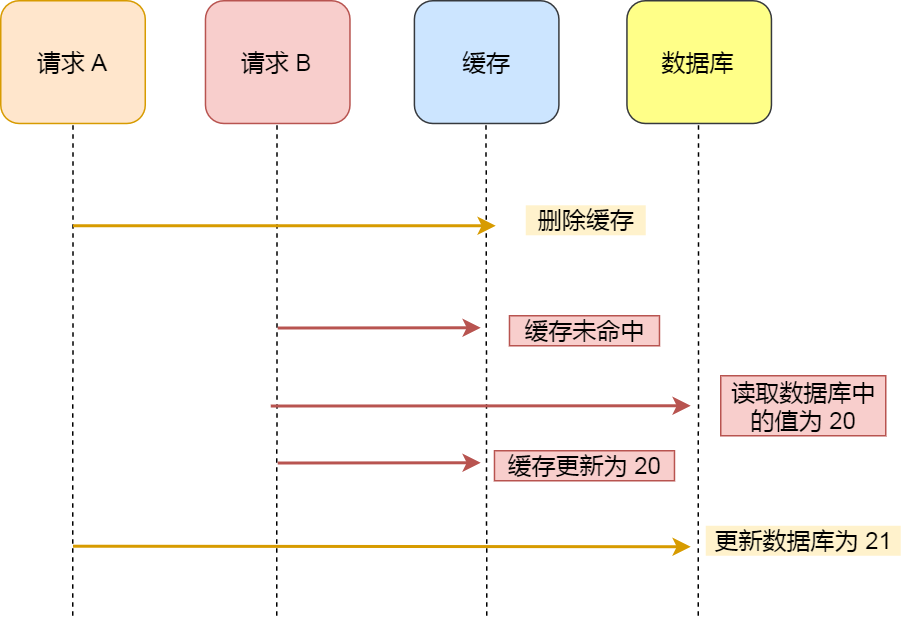
The draw.io diagram redis/缓存/删缓更库.drawio.png in xiaolincoder/ImageHost4, before a commit. Source tidied: cells renumbered, new cells last; positions are measured from the earlier drawing's top-left corner, leaving out a move shared by most shapes. Source of this version:
```xml
<mxGraphModel>
  <root>
    <mxCell id="0" />
    <mxCell id="1" parent="0" />
    <mxCell id="2" value="请求 A" style="rounded=1;whiteSpace=wrap;html=1;fontSize=16;fillColor=#ffe6cc;strokeColor=#d79b00;" parent="1" vertex="1">
      <mxGeometry width="96.3" height="81.8" as="geometry" />
    </mxCell>
    <mxCell id="3" value="请求 B" style="rounded=1;whiteSpace=wrap;html=1;fontSize=16;fillColor=#f8cecc;strokeColor=#b85450;" parent="1" vertex="1">
      <mxGeometry x="136.5" width="96.3" height="81.8" as="geometry" />
    </mxCell>
    <mxCell id="4" value="缓存" style="rounded=1;whiteSpace=wrap;html=1;fontSize=16;fillColor=#cce5ff;strokeColor=#36393d;" parent="1" vertex="1">
      <mxGeometry x="275.8" width="96.3" height="81.8" as="geometry" />
    </mxCell>
    <mxCell id="5" value="数据库" style="rounded=1;whiteSpace=wrap;html=1;fontSize=16;fillColor=#ffff88;strokeColor=#36393d;" parent="1" vertex="1">
      <mxGeometry x="417.5" width="96.3" height="81.8" as="geometry" />
    </mxCell>
    <mxCell id="6" style="endArrow=none;html=1;fontSize=16;entryX=0.5;entryY=1;entryDx=0;entryDy=0;dashed=1;" parent="1" edge="1" target="2">
      <mxGeometry x="70" y="150" as="geometry">
        <mxPoint x="48" y="410" as="sourcePoint" />
      </mxGeometry>
    </mxCell>
    <mxCell id="7" style="endArrow=none;html=1;fontSize=16;entryX=0.5;entryY=1;entryDx=0;entryDy=0;dashed=1;" parent="1" edge="1">
      <mxGeometry x="70" y="150" as="geometry">
        <mxPoint x="184" y="410" as="sourcePoint" />
        <mxPoint x="184.2" y="81.8" as="targetPoint" />
      </mxGeometry>
    </mxCell>
    <mxCell id="8" style="endArrow=none;html=1;fontSize=16;entryX=0.5;entryY=1;entryDx=0;entryDy=0;dashed=1;" parent="1" edge="1">
      <mxGeometry x="70" y="150" as="geometry">
        <mxPoint x="324" y="410" as="sourcePoint" />
        <mxPoint x="323.5" y="81.8" as="targetPoint" />
      </mxGeometry>
    </mxCell>
    <mxCell id="9" style="endArrow=none;html=1;fontSize=16;entryX=0.5;entryY=1;entryDx=0;entryDy=0;dashed=1;" parent="1" edge="1">
      <mxGeometry x="70" y="150" as="geometry">
        <mxPoint x="465" y="410" as="sourcePoint" />
        <mxPoint x="465.2" y="81.8" as="targetPoint" />
      </mxGeometry>
    </mxCell>
    <mxCell id="10" style="endArrow=classic;html=1;fontSize=16;fillColor=#ffcd28;strokeColor=#d79b00;gradientColor=#ffa500;strokeWidth=2;" parent="1" edge="1">
      <mxGeometry x="70" y="150" as="geometry">
        <mxPoint x="48.2" y="150" as="sourcePoint" />
        <mxPoint x="330" y="150" as="targetPoint" />
      </mxGeometry>
    </mxCell>
    <mxCell id="11" value="删除缓存" style="text;html=1;align=center;verticalAlign=middle;fillColor=#fff2cc;fontSize=16;" parent="1" vertex="1">
      <mxGeometry x="350" y="136.4" width="80" height="20" as="geometry" />
    </mxCell>
    <mxCell id="12" style="endArrow=classic;html=1;fontSize=16;strokeWidth=2;gradientColor=#ea6b66;fillColor=#f8cecc;strokeColor=#b85450;" parent="1" edge="1">
      <mxGeometry x="70" y="150" as="geometry">
        <mxPoint x="184.6" y="218.2" as="sourcePoint" />
        <mxPoint x="320" y="218" as="targetPoint" />
      </mxGeometry>
    </mxCell>
    <mxCell id="13" style="endArrow=classic;html=1;fontSize=16;strokeWidth=2;gradientColor=#ffa500;fillColor=#ffcd28;strokeColor=#d79b00;" parent="1" edge="1">
      <mxGeometry x="70" y="159.1" as="geometry">
        <mxPoint x="48.2" y="363.6" as="sourcePoint" />
        <mxPoint x="460" y="364" as="targetPoint" />
      </mxGeometry>
    </mxCell>
    <mxCell id="14" value="更新数据库为 21" style="text;html=1;align=center;verticalAlign=middle;fillColor=#fff2cc;fontSize=16;strokeWidth=2;" parent="1" vertex="1">
      <mxGeometry x="470" y="350" width="130" height="20" as="geometry" />
    </mxCell>
    <mxCell id="15" value="缓存未命中" style="text;html=1;align=center;verticalAlign=middle;strokeColor=#b85450;fillColor=#f8cecc;fontSize=16;" parent="1" vertex="1">
      <mxGeometry x="339.1" y="210" width="100" height="20" as="geometry" />
    </mxCell>
    <mxCell id="16" style="endArrow=classic;html=1;fontSize=16;strokeWidth=2;gradientColor=#ea6b66;fillColor=#f8cecc;strokeColor=#b85450;" parent="1" edge="1">
      <mxGeometry x="65.3" y="202" as="geometry">
        <mxPoint x="180" y="270.2" as="sourcePoint" />
        <mxPoint x="460" y="270" as="targetPoint" />
      </mxGeometry>
    </mxCell>
    <mxCell id="17" value="读取数据库中&lt;br&gt;的值为 20" style="text;html=1;align=center;verticalAlign=middle;strokeColor=#b85450;fillColor=#f8cecc;fontSize=16;" parent="1" vertex="1">
      <mxGeometry x="480" y="250" width="110" height="40" as="geometry" />
    </mxCell>
    <mxCell id="18" style="endArrow=classic;html=1;fontSize=16;strokeWidth=2;gradientColor=#ea6b66;fillColor=#f8cecc;strokeColor=#b85450;" parent="1" edge="1">
      <mxGeometry x="70" y="240" as="geometry">
        <mxPoint x="184.6" y="308.2" as="sourcePoint" />
        <mxPoint x="320" y="308" as="targetPoint" />
      </mxGeometry>
    </mxCell>
    <mxCell id="19" value="缓存更新为 20" style="text;html=1;align=center;verticalAlign=middle;strokeColor=#b85450;fillColor=#f8cecc;fontSize=16;" parent="1" vertex="1">
      <mxGeometry x="329.1" y="300" width="120" height="20" as="geometry" />
    </mxCell>
  </root>
</mxGraphModel>
```
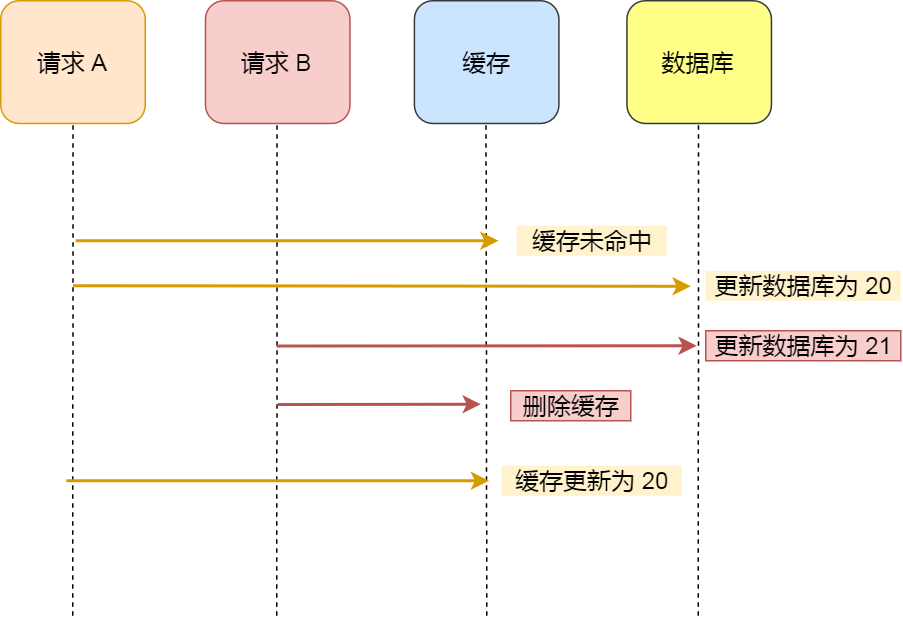
The same file after the commit.

Commit message:
已添加 删缓更库.drawio.png

What changed in the source:
```diff
@@ -38,49 +38,49 @@
       </mxGeometry>
     </mxCell>
     <mxCell id="10" style="endArrow=classic;html=1;fontSize=16;fillColor=#ffcd28;strokeColor=#d79b00;gradientColor=#ffa500;strokeWidth=2;" parent="1" edge="1">
-      <mxGeometry x="70" y="150" as="geometry">
-        <mxPoint x="48.2" y="150" as="sourcePoint" />
-        <mxPoint x="330" y="150" as="targetPoint" />
+      <mxGeometry x="65.6" y="320" as="geometry">
+        <mxPoint x="43.7" y="320" as="sourcePoint" />
+        <mxPoint x="325.6" y="320" as="targetPoint" />
       </mxGeometry>
     </mxCell>
-    <mxCell id="11" value="删除缓存" style="text;html=1;align=center;verticalAlign=middle;fillColor=#fff2cc;fontSize=16;" parent="1" vertex="1">
-      <mxGeometry x="350" y="136.4" width="80" height="20" as="geometry" />
+    <mxCell id="11" value="缓存未命中" style="text;html=1;align=center;verticalAlign=middle;fillColor=#fff2cc;fontSize=16;" parent="1" vertex="1">
+      <mxGeometry x="344" y="150" width="100" height="20" as="geometry" />
     </mxCell>
-    <mxCell id="12" style="endArrow=classic;html=1;fontSize=16;strokeWidth=2;gradientColor=#ea6b66;fillColor=#f8cecc;strokeColor=#b85450;" parent="1" edge="1">
-      <mxGeometry x="70" y="150" as="geometry">
-        <mxPoint x="184.6" y="218.2" as="sourcePoint" />
-        <mxPoint x="320" y="218" as="targetPoint" />
-      </mxGeometry>
-    </mxCell>
     <mxCell id="13" style="endArrow=classic;html=1;fontSize=16;strokeWidth=2;gradientColor=#ffa500;fillColor=#ffcd28;strokeColor=#d79b00;" parent="1" edge="1">
-      <mxGeometry x="70" y="159.1" as="geometry">
-        <mxPoint x="48.2" y="363.6" as="sourcePoint" />
-        <mxPoint x="460" y="364" as="targetPoint" />
+      <mxGeometry x="70" y="-14.5" as="geometry">
+        <mxPoint x="48.2" y="190" as="sourcePoint" />
+        <mxPoint x="460" y="190.4" as="targetPoint" />
       </mxGeometry>
     </mxCell>
-    <mxCell id="14" value="更新数据库为 21" style="text;html=1;align=center;verticalAlign=middle;fillColor=#fff2cc;fontSize=16;strokeWidth=2;" parent="1" vertex="1">
-      <mxGeometry x="470" y="350" width="130" height="20" as="geometry" />
+    <mxCell id="14" value="更新数据库为 20" style="text;html=1;align=center;verticalAlign=middle;fillColor=#fff2cc;fontSize=16;strokeWidth=2;" parent="1" vertex="1">
+      <mxGeometry x="470" y="180" width="130" height="20" as="geometry" />
     </mxCell>
-    <mxCell id="15" value="缓存未命中" style="text;html=1;align=center;verticalAlign=middle;strokeColor=#b85450;fillColor=#f8cecc;fontSize=16;" parent="1" vertex="1">
-      <mxGeometry x="339.1" y="210" width="100" height="20" as="geometry" />
-    </mxCell>
     <mxCell id="16" style="endArrow=classic;html=1;fontSize=16;strokeWidth=2;gradientColor=#ea6b66;fillColor=#f8cecc;strokeColor=#b85450;" parent="1" edge="1">
-      <mxGeometry x="65.3" y="202" as="geometry">
-        <mxPoint x="180" y="270.2" as="sourcePoint" />
-        <mxPoint x="460" y="270" as="targetPoint" />
+      <mxGeometry x="69.3" y="162" as="geometry">
+        <mxPoint x="183.9" y="230.2" as="sourcePoint" />
+        <mxPoint x="463.9" y="230" as="targetPoint" />
       </mxGeometry>
     </mxCell>
-    <mxCell id="17" value="读取数据库中&lt;br&gt;的值为 20" style="text;html=1;align=center;verticalAlign=middle;strokeColor=#b85450;fillColor=#f8cecc;fontSize=16;" parent="1" vertex="1">
-      <mxGeometry x="480" y="250" width="110" height="40" as="geometry" />
+    <mxCell id="17" value="更新数据库为 21" style="text;html=1;align=center;verticalAlign=middle;strokeColor=#b85450;fillColor=#f8cecc;fontSize=16;" parent="1" vertex="1">
+      <mxGeometry x="470" y="220" width="130" height="20" as="geometry" />
     </mxCell>
     <mxCell id="18" style="endArrow=classic;html=1;fontSize=16;strokeWidth=2;gradientColor=#ea6b66;fillColor=#f8cecc;strokeColor=#b85450;" parent="1" edge="1">
-      <mxGeometry x="70" y="240" as="geometry">
-        <mxPoint x="184.6" y="308.2" as="sourcePoint" />
-        <mxPoint x="320" y="308" as="targetPoint" />
+      <mxGeometry x="70" y="201" as="geometry">
+        <mxPoint x="184.6" y="269.2" as="sourcePoint" />
+        <mxPoint x="320" y="269" as="targetPoint" />
       </mxGeometry>
     </mxCell>
-    <mxCell id="19" value="缓存更新为 20" style="text;html=1;align=center;verticalAlign=middle;strokeColor=#b85450;fillColor=#f8cecc;fontSize=16;" parent="1" vertex="1">
-      <mxGeometry x="329.1" y="300" width="120" height="20" as="geometry" />
+    <mxCell id="19" value="删除缓存" style="text;html=1;align=center;verticalAlign=middle;strokeColor=#b85450;fillColor=#f8cecc;fontSize=16;" parent="1" vertex="1">
+      <mxGeometry x="340" y="260" width="80" height="20" as="geometry" />
     </mxCell>
+    <mxCell id="20" style="endArrow=classic;html=1;fontSize=16;fillColor=#ffcd28;strokeColor=#d79b00;gradientColor=#ffa500;strokeWidth=2;" parent="1" edge="1">
+      <mxGeometry x="71.8" y="160" as="geometry">
+        <mxPoint x="50" y="160" as="sourcePoint" />
+        <mxPoint x="331.8" y="160" as="targetPoint" />
+      </mxGeometry>
+    </mxCell>
+    <mxCell id="21" value="缓存更新为 20" style="text;html=1;align=center;verticalAlign=middle;fillColor=#fff2cc;fontSize=16;" parent="1" vertex="1">
+      <mxGeometry x="334" y="310" width="120" height="20" as="geometry" />
+    </mxCell>
   </root>
 </mxGraphModel>
```
